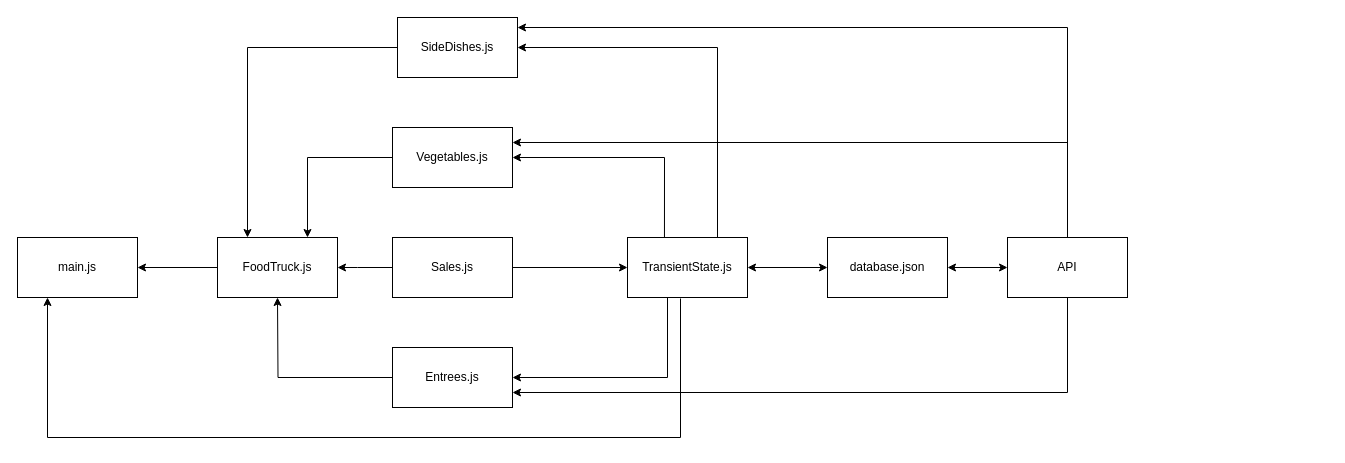
The draw.io diagram diagrams/dependency-diagram.drawio in NSS-Day-Cohort-78/House-of-Hummus-mckenney-leavell, before the edit. Source tidied: cells renumbered, new cells numbered last; positions are measured from the earlier drawing's top-left corner, leaving out a move shared by most shapes. Both pictures are drawn from the tidied source at 100%, with x=0, y=0 at pixel (17, 17).
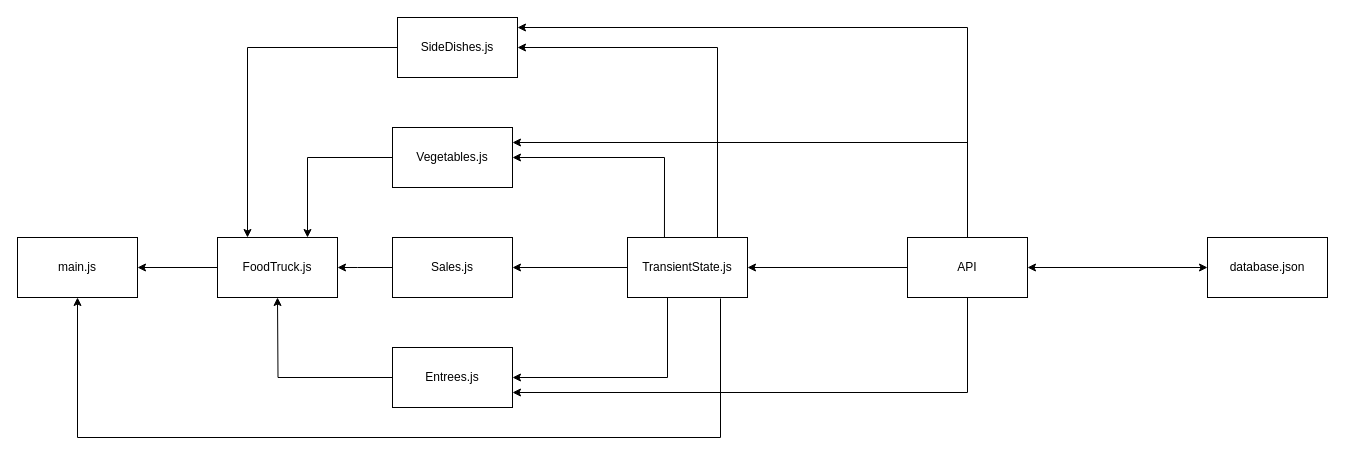
After the change.

Unchanged cells that the change refers to:
```xml
<mxCell id="5" value="Vegetables.js" style="rounded=0;whiteSpace=wrap;html=1;" parent="1" vertex="1">
  <mxGeometry x="375" y="110" width="120" height="60" as="geometry" />
</mxCell>
<mxCell id="6" value="Entrees.js" style="rounded=0;whiteSpace=wrap;html=1;" parent="1" vertex="1">
  <mxGeometry x="375" y="330" width="120" height="60" as="geometry" />
</mxCell>
<mxCell id="15" value="Sales.js" style="rounded=0;whiteSpace=wrap;html=1;" parent="1" vertex="1">
  <mxGeometry x="375" y="220" width="120" height="60" as="geometry" />
</mxCell>
<mxCell id="20" value="TransientState.js" style="rounded=0;whiteSpace=wrap;html=1;" parent="1" vertex="1">
  <mxGeometry x="610" y="220" width="120" height="60" as="geometry" />
</mxCell>
```

Change to the diagram source:
```diff
@@
-    <mxCell id="8" style="edgeStyle=orthogonalEdgeStyle;rounded=0;jettySize=auto;html=1;entryX=1;entryY=0.5;entryDx=0;entryDy=0;startArrow=classic;startFill=1;" parent="1" edge="1" source="10" target="20">
+    <mxCell id="8" style="edgeStyle=orthogonalEdgeStyle;rounded=0;jettySize=auto;html=1;entryX=1;entryY=0.5;entryDx=0;entryDy=0;startArrow=classic;startFill=1;" parent="1" edge="1" source="10" target="24">
       <mxGeometry relative="1" as="geometry" />
     </mxCell>
-    <mxCell id="9" style="edgeStyle=orthogonalEdgeStyle;rounded=0;jettySize=auto;html=1;entryX=0;entryY=0.5;entryDx=0;entryDy=0;startArrow=classic;startFill=1;" parent="1" edge="1" source="10" target="24">
-      <mxGeometry relative="1" as="geometry" />
-    </mxCell>
     <mxCell id="10" value="database.json" style="rounded=0;whiteSpace=wrap;html=1;" parent="1" vertex="1">
-      <mxGeometry x="810" y="220" width="120" height="60" as="geometry" />
+      <mxGeometry x="1190" y="220" width="120" height="60" as="geometry" />
     </mxCell>
@@
-    <mxCell id="14" style="edgeStyle=orthogonalEdgeStyle;rounded=0;jettySize=auto;html=1;entryX=0;entryY=0.5;entryDx=0;entryDy=0;" parent="1" edge="1" source="15" target="20">
+    <mxCell id="14" style="edgeStyle=orthogonalEdgeStyle;rounded=0;jettySize=auto;html=1;entryX=0;entryY=0.5;entryDx=0;entryDy=0;startArrow=classic;startFill=1;endArrow=none;endFill=0;" parent="1" edge="1" source="15" target="20">
       <mxGeometry relative="1" as="geometry" />
     </mxCell>
@@
-    <mxCell id="19" style="edgeStyle=orthogonalEdgeStyle;rounded=0;orthogonalLoop=1;jettySize=auto;html=1;entryX=0.5;entryY=1;entryDx=0;entryDy=0;exitX=0.692;exitY=1.017;exitDx=0;exitDy=0;exitPerimeter=0;" parent="1" edge="1">
+    <mxCell id="19" style="edgeStyle=orthogonalEdgeStyle;rounded=0;orthogonalLoop=1;jettySize=auto;html=1;exitX=0.692;exitY=1.017;exitDx=0;exitDy=0;exitPerimeter=0;" parent="1" edge="1">
       <mxGeometry relative="1" as="geometry">
-        <mxPoint x="663" y="281" as="sourcePoint" />
-        <mxPoint x="30" y="280" as="targetPoint" />
+        <mxPoint x="703" y="281" as="sourcePoint" />
+        <mxPoint x="60" y="280" as="targetPoint" />
         <Array as="points">
-          <mxPoint x="663" y="420" />
-          <mxPoint x="30" y="420" />
+          <mxPoint x="703" y="420" />
+          <mxPoint x="60" y="420" />
+          <mxPoint x="60" y="280" />
         </Array>
       </mxGeometry>
     </mxCell>
@@
     <mxCell id="21" style="edgeStyle=orthogonalEdgeStyle;rounded=0;jettySize=auto;html=1;exitX=0.5;exitY=0;exitDx=0;exitDy=0;" parent="1" edge="1" source="24">
       <mxGeometry relative="1" as="geometry">
         <mxPoint x="500" y="10" as="targetPoint" />
         <Array as="points">
-          <mxPoint x="1050" y="10" />
-          <mxPoint x="500" y="10" />
+          <mxPoint x="950" y="10" />
         </Array>
       </mxGeometry>
     </mxCell>
-    <mxCell id="22" style="edgeStyle=orthogonalEdgeStyle;rounded=0;jettySize=auto;html=1;entryX=1;entryY=0.25;entryDx=0;entryDy=0;exitX=0.5;exitY=0;exitDx=0;exitDy=0;" parent="1" edge="1" source="24" target="5">
+    <mxCell id="22" style="edgeStyle=orthogonalEdgeStyle;rounded=0;jettySize=auto;html=1;entryX=1;entryY=0.25;entryDx=0;entryDy=0;exitX=0.5;exitY=0;exitDx=0;exitDy=0;" parent="1" edge="1" target="5">
       <mxGeometry relative="1" as="geometry">
+        <mxPoint x="960" y="220" as="sourcePoint" />
         <Array as="points">
-          <mxPoint x="1050" y="125" />
+          <mxPoint x="950" y="220" />
+          <mxPoint x="950" y="125" />
         </Array>
       </mxGeometry>
     </mxCell>
-    <mxCell id="23" style="edgeStyle=orthogonalEdgeStyle;rounded=0;jettySize=auto;html=1;entryX=1;entryY=0.75;entryDx=0;entryDy=0;" parent="1" edge="1" source="24" target="6">
+    <mxCell id="23" style="edgeStyle=orthogonalEdgeStyle;rounded=0;jettySize=auto;html=1;entryX=1;entryY=0.75;entryDx=0;entryDy=0;exitX=0.5;exitY=1;exitDx=0;exitDy=0;" parent="1" edge="1" source="24" target="6">
       <mxGeometry relative="1" as="geometry">
         <Array as="points">
-          <mxPoint x="1050" y="375" />
+          <mxPoint x="950" y="375" />
         </Array>
       </mxGeometry>
     </mxCell>
+    <mxCell id="26" style="edgeStyle=orthogonalEdgeStyle;rounded=0;jettySize=auto;html=1;entryX=1;entryY=0.5;entryDx=0;entryDy=0;" parent="1" edge="1" source="24" target="20">
+      <mxGeometry relative="1" as="geometry" />
+    </mxCell>
     <mxCell id="24" value="API" style="rounded=0;whiteSpace=wrap;html=1;" parent="1" vertex="1">
-      <mxGeometry x="990" y="220" width="120" height="60" as="geometry" />
+      <mxGeometry x="890" y="220" width="120" height="60" as="geometry" />
     </mxCell>
```
